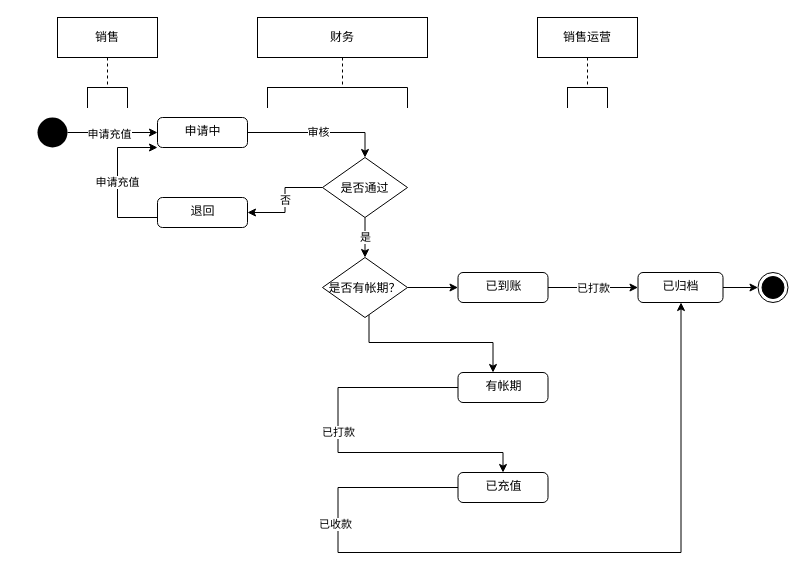
This is page "发票状态图" (6 of 8) of shrine-doc/云资源业务流程.drawio from easefulfil/CLOUDCARE, a draw.io file, before an edit. Source tidied: cells renumbered, new cells numbered last; positions are measured from the earlier drawing's top-left corner, leaving out a move shared by most shapes. Both pictures are drawn from the tidied source at 100%, with x=0, y=0 at pixel (37, 17).
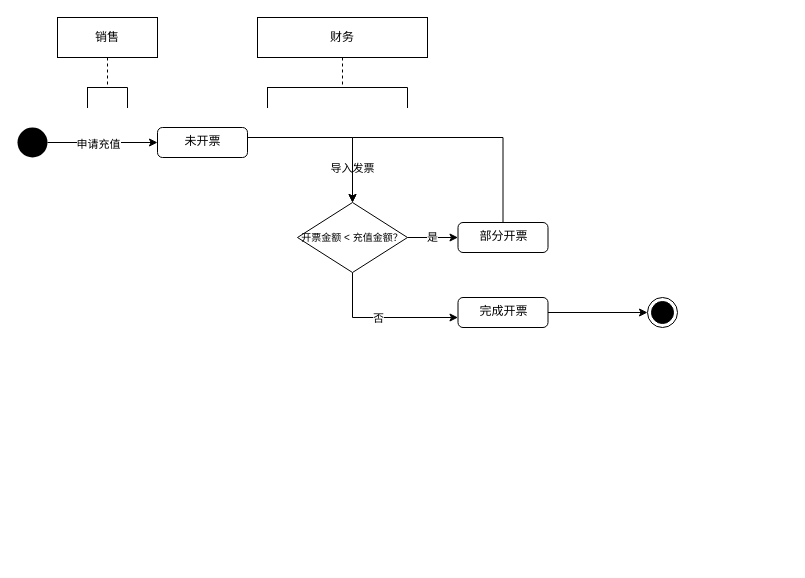
The same page after the edit.

Commit message:
Update 云资源业务流程.drawio

Change to the diagram source:
```diff
@@
     <mxCell id="4" style="ellipse;fillColor=#000000;strokeColor=none;" parent="1" vertex="1">
-      <mxGeometry y="100" width="30" height="30" as="geometry" />
+      <mxGeometry x="-20" y="110" width="30" height="30" as="geometry" />
     </mxCell>
-    <mxCell id="5" value="审核" style="edgeStyle=orthogonalEdgeStyle;rounded=0;jettySize=auto;html=1;entryX=0.5;entryY=0;entryDx=0;entryDy=0;" parent="1" edge="1" source="6" target="29">
-      <mxGeometry relative="1" as="geometry" />
+    <mxCell id="5" value="导入发票" style="edgeStyle=orthogonalEdgeStyle;rounded=0;jettySize=auto;html=1;entryX=0.5;entryY=0;entryDx=0;entryDy=0;" parent="1" edge="1" source="6" target="19">
+      <mxGeometry x="0.6" relative="1" as="geometry">
+        <Array as="points">
+          <mxPoint x="315" y="120" />
+        </Array>
+      </mxGeometry>
     </mxCell>
-    <mxCell id="6" value="申请中" style="html=1;align=center;verticalAlign=top;rounded=1;absoluteArcSize=1;arcSize=10;dashed=0;" parent="1" vertex="1">
-      <mxGeometry x="120" y="100" width="90" height="30" as="geometry" />
+    <mxCell id="6" value="未开票" style="html=1;align=center;verticalAlign=top;rounded=1;absoluteArcSize=1;arcSize=10;dashed=0;" parent="1" vertex="1">
+      <mxGeometry x="120" y="110" width="90" height="30" as="geometry" />
     </mxCell>
-    <mxCell id="7" value="已打款" style="edgeStyle=orthogonalEdgeStyle;rounded=0;jettySize=auto;html=1;" parent="1" edge="1" source="8" target="11">
-      <mxGeometry x="-0.11" relative="1" as="geometry">
-        <Array as="points">
-          <mxPoint x="300.5" y="370" />
-          <mxPoint x="300.5" y="435" />
-          <mxPoint x="465.5" y="435" />
-        </Array>
-      </mxGeometry>
-    </mxCell>
+    <mxCell id="32" style="edgeStyle=orthogonalEdgeStyle;rounded=0;jettySize=auto;html=1;entryX=0;entryY=0.5;entryDx=0;entryDy=0;fontSize=10;" parent="1" edge="1" source="8" target="25">
+      <mxGeometry relative="1" as="geometry" />
+    </mxCell>
-    <mxCell id="8" value="有帐期" style="html=1;align=center;verticalAlign=top;rounded=1;absoluteArcSize=1;arcSize=10;dashed=0;" parent="1" vertex="1">
-      <mxGeometry x="420.5" y="355" width="90" height="30" as="geometry" />
+    <mxCell id="8" value="完成开票" style="html=1;align=center;verticalAlign=top;rounded=1;absoluteArcSize=1;arcSize=10;dashed=0;" parent="1" vertex="1">
+      <mxGeometry x="420.5" y="280" width="90" height="30" as="geometry" />
     </mxCell>
-    <mxCell id="9" style="edgeStyle=orthogonalEdgeStyle;rounded=0;jettySize=auto;html=1;" parent="1" edge="1" source="11" target="13">
-      <mxGeometry relative="1" as="geometry">
-        <Array as="points">
-          <mxPoint x="300.5" y="470" />
-          <mxPoint x="300.5" y="535" />
-          <mxPoint x="643.5" y="535" />
-        </Array>
-      </mxGeometry>
-    </mxCell>
-    <mxCell id="10" value="已收款" style="edgeLabel;html=1;align=center;verticalAlign=middle;" parent="9" vertex="1">
-      <mxGeometry x="-0.6" y="-3" relative="1" as="geometry" />
-    </mxCell>
-    <mxCell id="11" value="已充值" style="html=1;align=center;verticalAlign=top;rounded=1;absoluteArcSize=1;arcSize=10;dashed=0;" parent="1" vertex="1">
-      <mxGeometry x="420.5" y="455" width="90" height="30" as="geometry" />
-    </mxCell>
-    <mxCell id="12" style="edgeStyle=orthogonalEdgeStyle;rounded=0;jettySize=auto;html=1;" parent="1" edge="1" source="13" target="25">
-      <mxGeometry relative="1" as="geometry" />
-    </mxCell>
-    <mxCell id="13" value="已归档" style="html=1;align=center;verticalAlign=top;rounded=1;absoluteArcSize=1;arcSize=10;dashed=0;" parent="1" vertex="1">
-      <mxGeometry x="600.5" y="255" width="85" height="30" as="geometry" />
-    </mxCell>
-    <mxCell id="14" style="edgeStyle=orthogonalEdgeStyle;rounded=0;jettySize=auto;html=1;entryX=0;entryY=0.5;entryDx=0;entryDy=0;" parent="1" edge="1" source="16" target="13">
-      <mxGeometry relative="1" as="geometry" />
-    </mxCell>
-    <mxCell id="15" value="已打款" style="edgeLabel;html=1;align=center;verticalAlign=middle;" parent="14" vertex="1">
-      <mxGeometry x="0.12" y="1" relative="1" as="geometry">
-        <mxPoint x="-5" y="1" as="offset" />
-      </mxGeometry>
-    </mxCell>
+    <mxCell id="33" style="edgeStyle=orthogonalEdgeStyle;rounded=0;jettySize=auto;html=1;entryX=0.5;entryY=0;entryDx=0;entryDy=0;fontSize=10;exitX=0.5;exitY=0;exitDx=0;exitDy=0;" parent="1" edge="1" source="16" target="19">
+      <mxGeometry relative="1" as="geometry">
+        <Array as="points">
+          <mxPoint x="466" y="120" />
+          <mxPoint x="315" y="120" />
+        </Array>
+      </mxGeometry>
+    </mxCell>
-    <mxCell id="16" value="已到账" style="html=1;align=center;verticalAlign=top;rounded=1;absoluteArcSize=1;arcSize=10;dashed=0;" parent="1" vertex="1">
-      <mxGeometry x="420.5" y="255" width="90" height="30" as="geometry" />
+    <mxCell id="16" value="部分开票" style="html=1;align=center;verticalAlign=top;rounded=1;absoluteArcSize=1;arcSize=10;dashed=0;" parent="1" vertex="1">
+      <mxGeometry x="420.5" y="205" width="90" height="30" as="geometry" />
     </mxCell>
     <mxCell id="17" style="edgeStyle=orthogonalEdgeStyle;rounded=0;jettySize=auto;html=1;" parent="1" edge="1" source="19" target="8">
       <mxGeometry relative="1" as="geometry">
         <Array as="points">
-          <mxPoint x="331.5" y="325" />
-          <mxPoint x="455.5" y="325" />
+          <mxPoint x="315" y="300" />
         </Array>
       </mxGeometry>
     </mxCell>
+    <mxCell id="28" value="否" style="edgeLabel;html=1;align=center;verticalAlign=middle;" parent="17" vertex="1">
+      <mxGeometry x="-0.07" relative="1" as="geometry" />
+    </mxCell>
-    <mxCell id="18" style="edgeStyle=orthogonalEdgeStyle;rounded=0;jettySize=auto;html=1;entryX=0;entryY=0.5;entryDx=0;entryDy=0;" parent="1" edge="1" source="19" target="16">
+    <mxCell id="18" value="是" style="edgeStyle=orthogonalEdgeStyle;rounded=0;jettySize=auto;html=1;entryX=0;entryY=0.5;entryDx=0;entryDy=0;" parent="1" edge="1" source="19" target="16">
       <mxGeometry relative="1" as="geometry" />
     </mxCell>
-    <mxCell id="19" value="是否有帐期？" style="rhombus;" parent="1" vertex="1">
-      <mxGeometry x="285" y="240" width="85" height="60" as="geometry" />
+    <mxCell id="19" value="开票金额 &lt; 充值金额？" style="rhombus;fontSize=10;" parent="1" vertex="1">
+      <mxGeometry x="260" y="185" width="110" height="70" as="geometry" />
     </mxCell>
@@
-    <mxCell id="23" value="销售运营" style="shape=umlLifeline;perimeter=lifelinePerimeter;whiteSpace=wrap;html=1;" parent="1" vertex="1">
-      <mxGeometry x="500" width="100" height="70" as="geometry" />
-    </mxCell>
-    <mxCell id="24" style="shape=partialRectangle;whiteSpace=wrap;html=1;bottom=0;fillColor=none;point=[];" parent="23" vertex="1">
-      <mxGeometry x="30" y="70" width="40" height="20" as="geometry" />
-    </mxCell>
     <mxCell id="25" style="ellipse;html=1;shape=endState;fillColor=#000000;strokeColor=#000000;" parent="1" vertex="1">
-      <mxGeometry x="720.5" y="255" width="30" height="30" as="geometry" />
+      <mxGeometry x="610" y="280" width="30" height="30" as="geometry" />
     </mxCell>
@@
-    <mxCell id="27" value="是" style="edgeStyle=orthogonalEdgeStyle;rounded=0;jettySize=auto;html=1;" parent="1" edge="1" source="29" target="19">
-      <mxGeometry relative="1" as="geometry" />
-    </mxCell>
-    <mxCell id="28" value="否" style="edgeStyle=orthogonalEdgeStyle;rounded=0;jettySize=auto;html=1;entryX=1;entryY=0.5;entryDx=0;entryDy=0;" parent="1" edge="1" source="29" target="31">
-      <mxGeometry relative="1" as="geometry" />
-    </mxCell>
-    <mxCell id="29" value="是否通过" style="rhombus;" parent="1" vertex="1">
-      <mxGeometry x="285" y="140" width="85" height="60" as="geometry" />
-    </mxCell>
-    <mxCell id="30" value="申请充值" style="edgeStyle=orthogonalEdgeStyle;rounded=0;jettySize=auto;html=1;" parent="1" edge="1" source="31" target="6">
-      <mxGeometry relative="1" as="geometry">
-        <Array as="points">
-          <mxPoint x="80" y="200" />
-          <mxPoint x="80" y="130" />
-        </Array>
-      </mxGeometry>
-    </mxCell>
-    <mxCell id="31" value="退回" style="html=1;align=center;verticalAlign=top;rounded=1;absoluteArcSize=1;arcSize=10;dashed=0;" parent="1" vertex="1">
-      <mxGeometry x="120" y="180" width="90" height="30" as="geometry" />
-    </mxCell>
```
